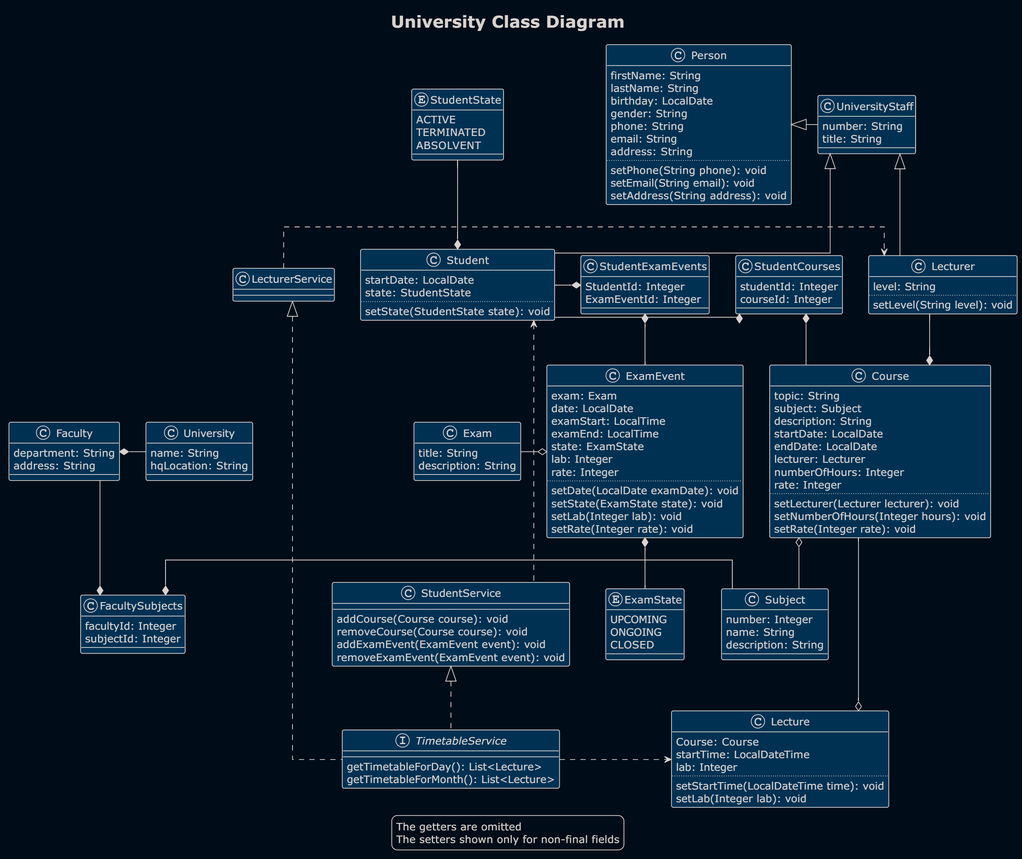
This is src/main/resources/diagrams/University.png from RomaEcho/University, a PlantUML export, as it was before one commit. Its source is kept beside it as src/main/resources/diagrams/University.puml. The source it was exported from:
```plantuml
@startuml
!theme blueprint
skinparam BackgroundColor #000c18
skinparam linetype ortho

title University Class Diagram
class Person {
    firstName: String
    lastName: String
    birthday: LocalDate
    gender: String
    phone: String
    email: String
    address: String
    ..
    setPhone(String phone): void
    setEmail(String email): void
    setAddress(String address): void
}
class Student {
    startDate: LocalDate
    state: StudentState
    ..
    setState(StudentState state): void
}
enum StudentState {
    ACTIVE
    TERMINATED
    ABSOLVENT
}
class UniversityStaff {
    staffId: Long
    title: String
}
class Subject {
    number: Integer
    name: String
    description: String
}

class Course {
    topic: String
    subject: Subject
    description: String
    startDate: LocalDate
    endDate: LocalDate
    lecturer: Lecturer
    numberOfHours: Integer
    rate: Integer
    ..
    setLecturer(Lecturer lecturer): void
    setNumberOfHours(Integer hours): void
    setRate(Integer rate): void
}
class Lecturer {
    level: String
    ..
    setLevel(String level): void
}
class Exam {
    title: String
    description: String
}
class ExamEvent {
    exam: Exam
    examStart: LocalDateTime
    examEnd: LocalDateTime
    state: ExamState
    lab: Integer
    rate: Integer
    ..
    setDate(LocalDate examDate): void
    setState(ExamState state): void
    setLab(Integer lab): void
    setRate(Integer rate): void
}
enum ExamState {
    UPCOMING
    ONGOING
    CLOSED
}
class Faculty {
    department: String
    address: String
}
class University {
    name: String
    hqLocation: String
}
class Lecture {
    Course: Course
    startTime: LocalDateTime
    lab: Integer
    ..
    setStartTime(LocalDateTime time): void
    setLab(Integer lab): void
}
class StudentCourses {
    studentId: Integer
    courseId: Integer
}
class FacultySubjects {
    facultyId: Integer
    subjectId: Integer
}
class StudentExamEvents {
    StudentId: Integer
    ExamEventId: Integer
}
interface TimetableService {
    getTimetableForDay(): List<Lecture>
    getTimetableForMonth(): List<Lecture>
}
class StudentService {
    addCourse(Course course): void
    removeCourse(Course course): void
    addExamEvent(ExamEvent event): void
    removeExamEvent(ExamEvent event): void
}
class LecturerService

Person <|-right- UniversityStaff
UniversityStaff <|-- Student
UniversityStaff <|-- Lecturer
Student *-up- StudentState
StudentCourses *- Student
StudentCourses *- Course
Course *-up- Lecturer
StudentExamEvents *-- ExamEvent
StudentExamEvents *- Student
ExamEvent o-left- Exam
ExamEvent *-down- ExamState
Course o-- Subject
Faculty --* FacultySubjects
Subject -left-* FacultySubjects
University -left* Faculty
Student <... StudentService
StudentService <|.. TimetableService
LecturerService <|.. TimetableService
LecturerService .> Lecturer
TimetableService .right.> Lecture
Course --o Lecture


legend
    The getters are omitted
    The setters shown only for non-final fields
endlegend

@enduml
```
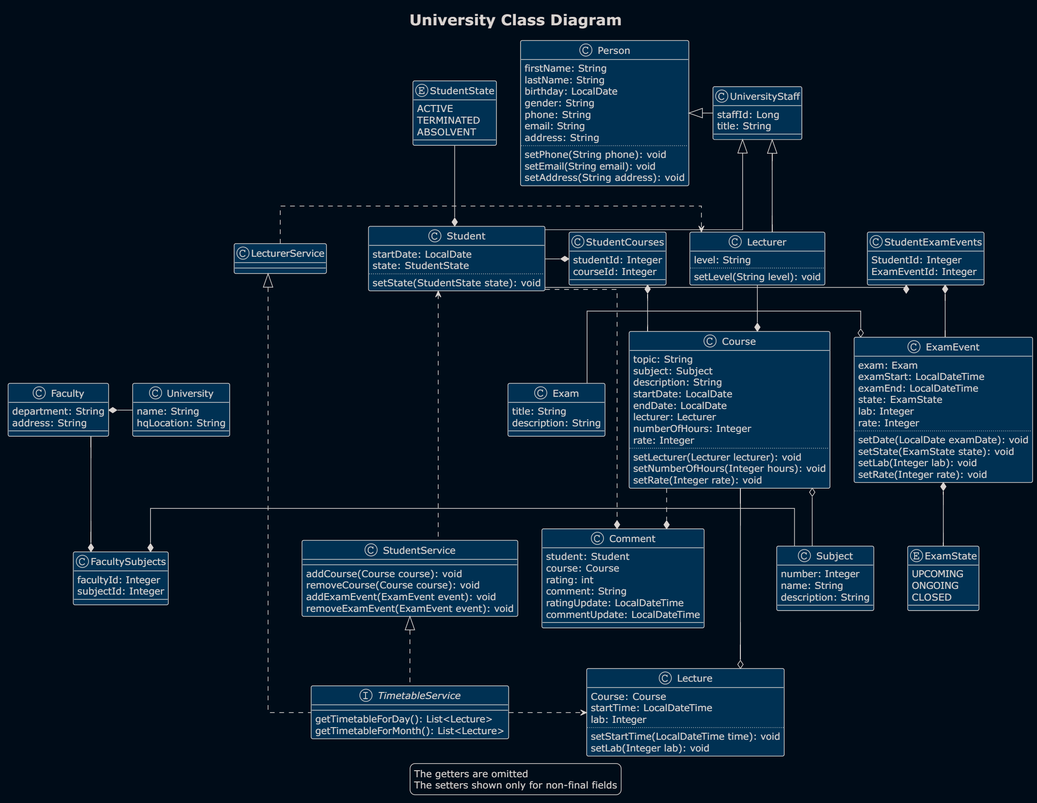
After the commit.

Commit message:
comment service added

The edit, as a diff of the source:
```diff
@@ -107,6 +107,15 @@
     StudentId: Integer
     ExamEventId: Integer
 }
+class Comment {
+    student: Student
+    course: Course
+    rating: int
+    comment: String
+    ratingUpdate: LocalDateTime
+    commentUpdate: LocalDateTime
+}
+
 interface TimetableService {
     getTimetableForDay(): List<Lecture>
     getTimetableForMonth(): List<Lecture>
@@ -133,8 +142,10 @@
 Course o-- Subject
 Faculty --* FacultySubjects
 Subject -left-* FacultySubjects
-University -left* Faculty
+University -left* Faculty2022-08-31-15-24-06.png
 Student <... StudentService
+Student ..* Comment
+Course ..* Comment
 StudentService <|.. TimetableService
 LecturerService <|.. TimetableService
 LecturerService .> Lecturer
```
